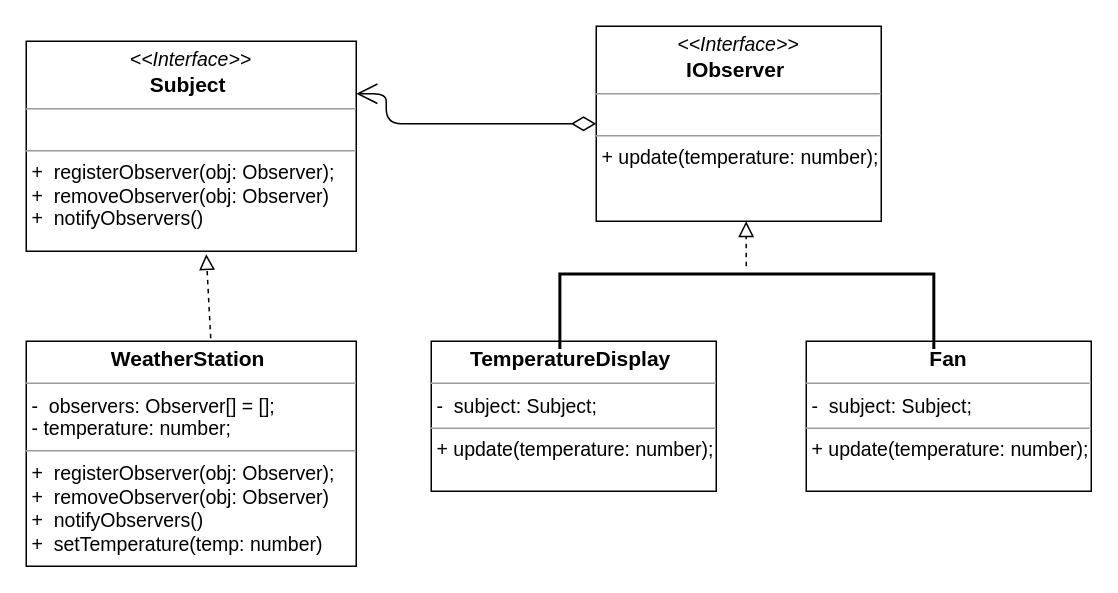
Earlier version of the draw.io diagram behavioral/observer/observer.drawio (MaksShadows/Patterns). Source tidied: cells renumbered, new cells numbered last; positions are measured from the earlier drawing's top-left corner, leaving out a move shared by most shapes. Both pictures are drawn from the tidied source at 150%, with x=0, y=0 at pixel (26, 26).
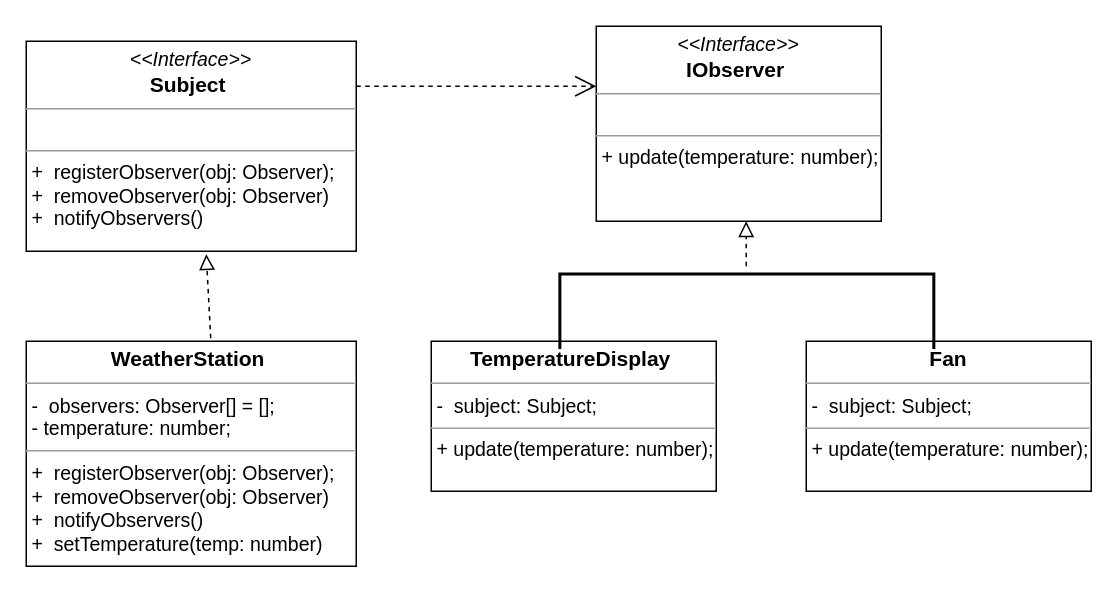
Above is the later version.

What changed in the source:
```diff
@@
 <mxGraphModel>
   <root>
     <mxCell id="0" />
     <mxCell id="1" parent="0" />
     <mxCell id="2" value="&lt;p style=&quot;margin: 4px 0px 0px ; text-align: center ; font-size: 14px&quot;&gt;&lt;i style=&quot;font-size: 13px&quot;&gt;&amp;lt;&amp;lt;Interface&amp;gt;&amp;gt;&lt;/i&gt;&lt;br&gt;&lt;font style=&quot;font-size: 14px&quot;&gt;&lt;b&gt;Subject&amp;nbsp;&lt;/b&gt;&lt;br&gt;&lt;/font&gt;&lt;/p&gt;&lt;hr size=&quot;1&quot; style=&quot;font-size: 14px&quot;&gt;&lt;p style=&quot;margin: 0px ; margin-left: 4px&quot;&gt;&lt;br&gt;&lt;/p&gt;&lt;hr size=&quot;1&quot;&gt;&lt;p style=&quot;margin: 0px 0px 0px 4px ; font-size: 13px&quot;&gt;+&amp;nbsp;&amp;nbsp;registerObserver(obj: Observer);&lt;br&gt;+&amp;nbsp;&amp;nbsp;removeObserver(obj: Observer)&lt;/p&gt;&lt;p style=&quot;margin: 0px 0px 0px 4px ; font-size: 13px&quot;&gt;+&amp;nbsp; notifyObservers()&lt;/p&gt;" style="verticalAlign=top;align=left;overflow=fill;fontSize=12;fontFamily=Helvetica;html=1;" parent="1" vertex="1">
       <mxGeometry y="10" width="220" height="140" as="geometry" />
     </mxCell>
     <mxCell id="3" value="&lt;p style=&quot;margin: 4px 0px 0px ; text-align: center ; font-size: 14px&quot;&gt;&lt;i style=&quot;font-size: 13px&quot;&gt;&amp;lt;&amp;lt;Interface&amp;gt;&amp;gt;&lt;/i&gt;&lt;br&gt;&lt;font style=&quot;font-size: 14px&quot;&gt;&lt;b&gt;I&lt;/b&gt;&lt;b&gt;Observer&amp;nbsp;&lt;/b&gt;&lt;/font&gt;&lt;/p&gt;&lt;hr size=&quot;1&quot; style=&quot;font-size: 14px&quot;&gt;&lt;p style=&quot;margin: 0px ; margin-left: 4px&quot;&gt;&lt;br&gt;&lt;/p&gt;&lt;hr size=&quot;1&quot;&gt;&lt;p style=&quot;margin: 0px ; margin-left: 4px&quot;&gt;&lt;font style=&quot;font-size: 13px&quot;&gt;+&amp;nbsp;update(temperature: number);&lt;/font&gt;&lt;br&gt;&lt;/p&gt;" style="verticalAlign=top;align=left;overflow=fill;fontSize=12;fontFamily=Helvetica;html=1;" parent="1" vertex="1">
       <mxGeometry x="380" width="190" height="130" as="geometry" />
     </mxCell>
     <mxCell id="4" value="&lt;p style=&quot;margin: 4px 0px 0px ; text-align: center&quot;&gt;&lt;font&gt;&lt;span style=&quot;font-size: 14px&quot;&gt;&lt;b&gt;WeatherStation&amp;nbsp;&lt;/b&gt;&lt;/span&gt;&lt;br&gt;&lt;/font&gt;&lt;/p&gt;&lt;hr size=&quot;1&quot; style=&quot;font-size: 14px&quot;&gt;&lt;p style=&quot;margin: 0px 0px 0px 4px ; font-size: 13px&quot;&gt;&lt;font style=&quot;font-size: 13px&quot;&gt;-&amp;nbsp;&amp;nbsp;observers: Observer[] = [];&lt;/font&gt;&lt;/p&gt;&lt;p style=&quot;margin: 0px 0px 0px 4px ; font-size: 13px&quot;&gt;&lt;font style=&quot;font-size: 13px&quot;&gt;- temperature: number;&lt;/font&gt;&lt;/p&gt;&lt;hr size=&quot;1&quot; style=&quot;font-size: 13px&quot;&gt;&lt;p style=&quot;margin: 0px 0px 0px 4px ; font-size: 13px&quot;&gt;+&amp;nbsp;&amp;nbsp;registerObserver(obj: Observer);&lt;br&gt;+&amp;nbsp;&amp;nbsp;removeObserver(obj: Observer)&lt;/p&gt;&lt;p style=&quot;margin: 0px 0px 0px 4px ; font-size: 13px&quot;&gt;+&amp;nbsp; notifyObservers()&lt;/p&gt;&lt;p style=&quot;margin: 0px 0px 0px 4px&quot;&gt;&lt;span style=&quot;font-size: 13px&quot;&gt;+&amp;nbsp;&lt;/span&gt;&lt;span style=&quot;font-size: 13px&quot;&gt;&amp;nbsp;setTemperature(temp: number)&lt;/span&gt;&lt;/p&gt;&lt;div&gt;&lt;span&gt;&lt;br&gt;&lt;/span&gt;&lt;/div&gt;&lt;p style=&quot;margin: 0px 0px 0px 4px ; font-size: 13px&quot;&gt;&lt;br&gt;&lt;/p&gt;" style="verticalAlign=top;align=left;overflow=fill;fontSize=12;fontFamily=Helvetica;html=1;" parent="1" vertex="1">
       <mxGeometry y="210" width="220" height="150" as="geometry" />
     </mxCell>
     <mxCell id="5" value="&lt;p style=&quot;margin: 4px 0px 0px ; text-align: center&quot;&gt;&lt;span style=&quot;font-size: 14px&quot;&gt;&lt;b&gt;TemperatureDisplay&amp;nbsp;&lt;/b&gt;&lt;/span&gt;&lt;br&gt;&lt;/p&gt;&lt;hr size=&quot;1&quot; style=&quot;font-size: 14px&quot;&gt;&lt;p style=&quot;margin: 0px 0px 0px 4px ; font-size: 13px&quot;&gt;&lt;font style=&quot;font-size: 13px&quot;&gt;-&amp;nbsp;&amp;nbsp;&lt;span&gt;subject: Subject;&lt;/span&gt;&lt;/font&gt;&lt;/p&gt;&lt;hr size=&quot;1&quot; style=&quot;font-size: 13px&quot;&gt;&lt;p style=&quot;margin: 0px ; margin-left: 4px&quot;&gt;&lt;font style=&quot;font-size: 13px&quot;&gt;+&amp;nbsp;update(temperature: number);&lt;/font&gt;&lt;br&gt;&lt;/p&gt;" style="verticalAlign=top;align=left;overflow=fill;fontSize=12;fontFamily=Helvetica;html=1;" parent="1" vertex="1">
       <mxGeometry x="270" y="210" width="190" height="100" as="geometry" />
     </mxCell>
     <mxCell id="6" style="endArrow=block;startArrow=none;endFill=0;startFill=0;endSize=8;html=1;verticalAlign=bottom;dashed=1;labelBackgroundColor=none;exitX=0.559;exitY=-0.013;exitDx=0;exitDy=0;exitPerimeter=0;" parent="1" edge="1" source="4">
       <mxGeometry relative="1" as="geometry">
         <mxPoint x="120" y="152" as="targetPoint" />
       </mxGeometry>
     </mxCell>
     <mxCell id="7" value="&lt;p style=&quot;margin: 4px 0px 0px ; text-align: center&quot;&gt;&lt;span style=&quot;font-size: 14px&quot;&gt;&lt;b&gt;Fan&lt;/b&gt;&lt;/span&gt;&lt;/p&gt;&lt;hr size=&quot;1&quot; style=&quot;font-size: 14px&quot;&gt;&lt;p style=&quot;margin: 0px 0px 0px 4px ; font-size: 13px&quot;&gt;&lt;font style=&quot;font-size: 13px&quot;&gt;-&amp;nbsp;&amp;nbsp;&lt;span&gt;subject: Subject;&lt;/span&gt;&lt;/font&gt;&lt;/p&gt;&lt;hr size=&quot;1&quot; style=&quot;font-size: 13px&quot;&gt;&lt;p style=&quot;margin: 0px ; margin-left: 4px&quot;&gt;&lt;font style=&quot;font-size: 13px&quot;&gt;+&amp;nbsp;update(temperature: number);&lt;/font&gt;&lt;br&gt;&lt;/p&gt;" style="verticalAlign=top;align=left;overflow=fill;fontSize=12;fontFamily=Helvetica;html=1;" parent="1" vertex="1">
       <mxGeometry x="520" y="210" width="190" height="100" as="geometry" />
     </mxCell>
     <mxCell id="8" style="strokeWidth=2;html=1;shape=mxgraph.flowchart.annotation_1;align=left;rotation=90;" parent="1" vertex="1">
       <mxGeometry x="455.4" y="65.5" width="50" height="249.3" as="geometry" />
     </mxCell>
     <mxCell id="9" style="endArrow=block;startArrow=none;endFill=0;startFill=0;endSize=8;html=1;verticalAlign=bottom;dashed=1;labelBackgroundColor=none;entryX=0.526;entryY=1;entryDx=0;entryDy=0;entryPerimeter=0;" parent="1" edge="1" target="3">
       <mxGeometry relative="1" as="geometry">
         <mxPoint x="480" y="160" as="sourcePoint" />
       </mxGeometry>
     </mxCell>
-    <mxCell id="10" style="endArrow=open;html=1;endSize=12;startArrow=diamondThin;startSize=14;startFill=0;edgeStyle=orthogonalEdgeStyle;align=left;verticalAlign=bottom;exitX=0;exitY=0.5;exitDx=0;exitDy=0;entryX=1;entryY=0.25;entryDx=0;entryDy=0;" parent="1" edge="1" source="3" target="2">
-      <mxGeometry x="-0.75" y="30" relative="1" as="geometry">
-        <Array as="points">
-          <mxPoint x="240" y="65" />
-          <mxPoint x="240" y="45" />
-        </Array>
+    <mxCell id="10" style="endArrow=open;endSize=12;dashed=1;html=1;" parent="1" edge="1">
+      <mxGeometry y="20" relative="1" as="geometry">
+        <mxPoint x="220" y="40" as="sourcePoint" />
+        <mxPoint x="380" y="40" as="targetPoint" />
       </mxGeometry>
     </mxCell>
   </root>
 </mxGraphModel>
```
